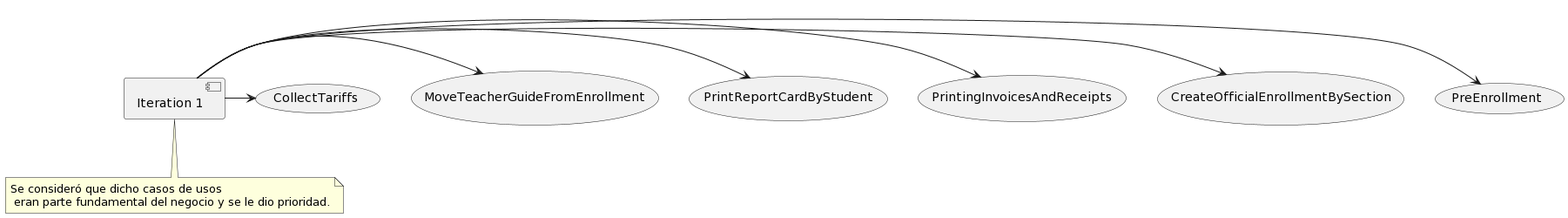
This is out/UseCaseView/Prioritization.png from wsmcbl/wsmcbl.doc, a PlantUML export, as it was before one commit. The source it was exported from:
```plantuml
@startuml
skinparam BackgroundColor transparent

component "Iteration 1" as Iteration1

note bottom of Iteration1: Se consideró que dicho casos de usos\n eran parte fundamental del negocio y se le dio prioridad.

usecase PreEnrollment
usecase CreateOfficialEnrollmentBySection
usecase PrintingInvoicesAndReceipts
usecase PrintReportCardByStudent
usecase MoveTeacherGuideFromEnrollment
usecase CollectTariffs

Iteration1 -> PreEnrollment
Iteration1 -> CreateOfficialEnrollmentBySection
Iteration1 -> PrintingInvoicesAndReceipts
Iteration1 -> PrintReportCardByStudent
Iteration1 -> MoveTeacherGuideFromEnrollment
Iteration1 -> CollectTariffs
@enduml
```
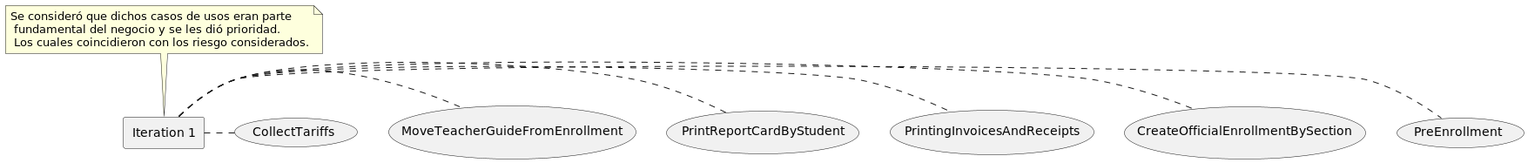
Above is the later version.

The edit, as a diff of the source:
```diff
@@ -1,21 +1,22 @@
 @startuml
 skinparam BackgroundColor transparent
 
-component "Iteration 1" as Iteration1
+rectangle "Iteration 1" as Iteration1
 
-note bottom of Iteration1: Se consideró que dicho casos de usos\n eran parte fundamental del negocio y se le dio prioridad.
+note top of Iteration1: Se consideró que dichos casos de usos eran parte\n fundamental del negocio y se les dió prioridad.\n Los cuales coincidieron con los riesgo considerados.
 
-usecase PreEnrollment
-usecase CreateOfficialEnrollmentBySection
-usecase PrintingInvoicesAndReceipts
-usecase PrintReportCardByStudent
-usecase MoveTeacherGuideFromEnrollment
-usecase CollectTariffs
+usecase CU01 as "PreEnrollment"
+usecase CU05 as "CreateOfficialEnrollmentBySection"
+usecase CU58 as "PrintingInvoicesAndReceipts"
+usecase CU29 as "PrintReportCardByStudent"
+usecase CU21 as "MoveTeacherGuideFromEnrollment"
+usecase CU03 as "CollectTariffs"
 
-Iteration1 -> PreEnrollment
-Iteration1 -> CreateOfficialEnrollmentBySection
-Iteration1 -> PrintingInvoicesAndReceipts
-Iteration1 -> PrintReportCardByStudent
-Iteration1 -> MoveTeacherGuideFromEnrollment
-Iteration1 -> CollectTariffs
+Iteration1 . CU01
+Iteration1 . CU05
+Iteration1 . CU58
+Iteration1 . CU29
+Iteration1 . CU21
+Iteration1 . CU03
+
 @enduml
```
